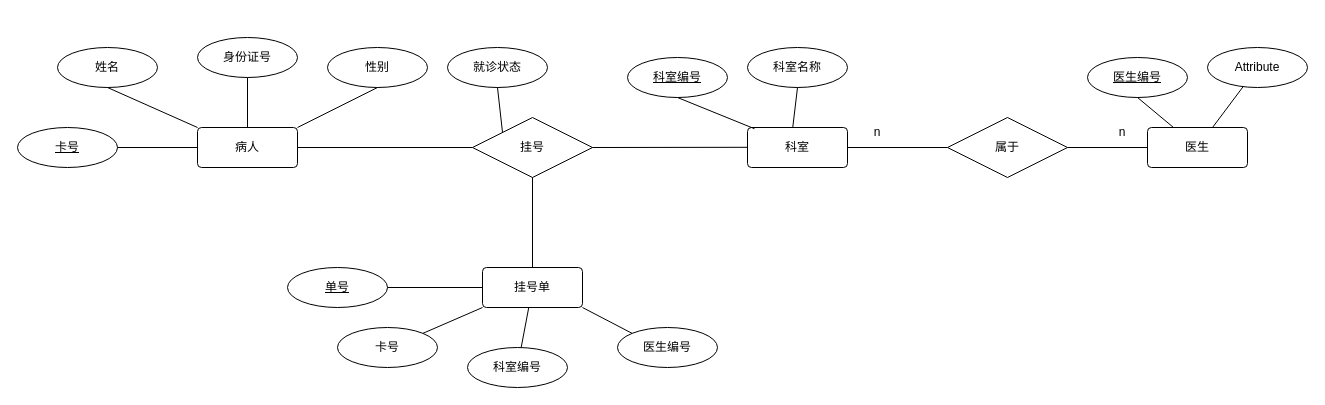
This is Hospital.drawio from MyUniverse0726/Diagram, a draw.io file, before an edit. Source tidied: cells renumbered, new cells numbered last; positions are measured from the earlier drawing's top-left corner, leaving out a move shared by most shapes. Both pictures are drawn from the tidied source at 100%, with x=0, y=0 at pixel (17, 37).
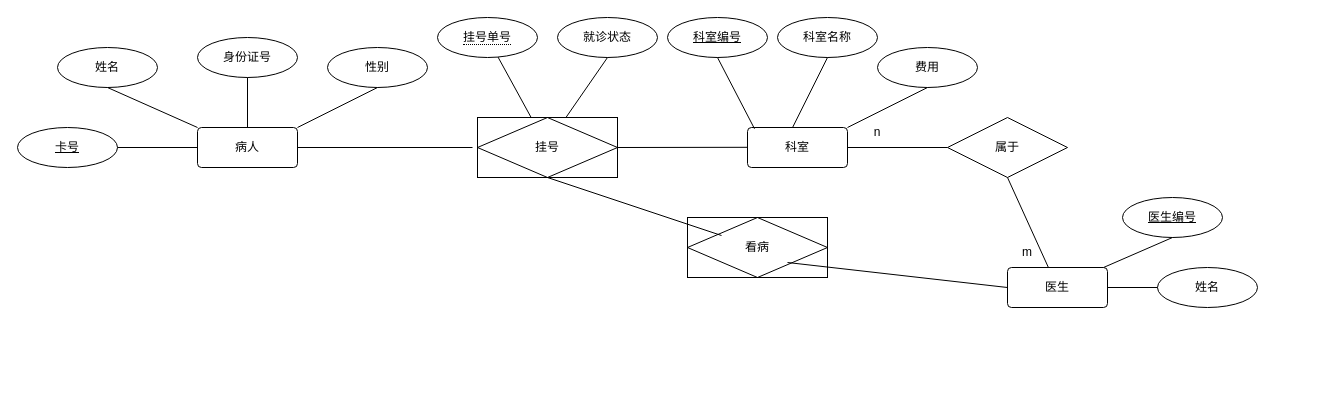
Above is the later version.

Unchanged cells that the change refers to:
```xml
<mxCell id="4" value="病人" style="rounded=1;arcSize=10;whiteSpace=wrap;html=1;align=center;" parent="1" vertex="1">
  <mxGeometry x="180" y="90" width="100" height="40" as="geometry" />
</mxCell>
<mxCell id="5" value="科室" style="rounded=1;arcSize=10;whiteSpace=wrap;html=1;align=center;" parent="1" vertex="1">
  <mxGeometry x="730" y="90" width="100" height="40" as="geometry" />
</mxCell>
<mxCell id="34" value="属于" style="shape=rhombus;perimeter=rhombusPerimeter;whiteSpace=wrap;html=1;align=center;dashed=0;labelBackgroundColor=#ffffff;strokeWidth=1;fillColor=none;" parent="1" vertex="1">
  <mxGeometry x="930" y="80" width="120" height="60" as="geometry" />
</mxCell>
```

The edit, as a diff of the source:
```diff
@@
-    <mxCell id="2" style="edgeStyle=none;rounded=0;jettySize=auto;html=1;exitX=1;exitY=0.5;exitDx=0;exitDy=0;entryX=0;entryY=0.5;entryDx=0;entryDy=0;endArrow=none;" parent="1" edge="1" source="4" target="6">
-      <mxGeometry relative="1" as="geometry" />
+    <mxCell id="2" style="edgeStyle=none;rounded=0;jettySize=auto;html=1;exitX=1;exitY=0.5;exitDx=0;exitDy=0;entryX=0;entryY=0.5;entryDx=0;entryDy=0;endArrow=none;" parent="1" edge="1" source="4">
+      <mxGeometry relative="1" as="geometry">
+        <mxPoint x="455" y="110" as="targetPoint" />
+      </mxGeometry>
     </mxCell>
@@
-    <mxCell id="6" value="挂号" style="shape=rhombus;perimeter=rhombusPerimeter;whiteSpace=wrap;html=1;align=center;" parent="1" vertex="1">
-      <mxGeometry x="455" y="80" width="120" height="60" as="geometry" />
-    </mxCell>
@@
     <mxCell id="16" value="科室编号" style="ellipse;whiteSpace=wrap;html=1;align=center;fontStyle=4;dashed=0;labelBackgroundColor=#ffffff;strokeWidth=1;fillColor=none;" parent="1" vertex="1">
-      <mxGeometry x="610" y="20" width="100" height="40" as="geometry" />
+      <mxGeometry x="650" y="-20" width="100" height="40" as="geometry" />
     </mxCell>
@@
     <mxCell id="18" value="科室名称" style="ellipse;whiteSpace=wrap;html=1;align=center;dashed=0;labelBackgroundColor=#ffffff;strokeWidth=1;fillColor=none;" parent="1" vertex="1">
-      <mxGeometry x="730" y="10" width="100" height="40" as="geometry" />
+      <mxGeometry x="760" y="-20" width="100" height="40" as="geometry" />
     </mxCell>
-    <mxCell id="19" style="edgeStyle=none;rounded=0;jettySize=auto;html=1;endArrow=none;" parent="1" edge="1" source="20" target="6">
-      <mxGeometry relative="1" as="geometry" />
-    </mxCell>
-    <mxCell id="20" value="挂号单" style="rounded=1;arcSize=10;whiteSpace=wrap;html=1;align=center;dashed=0;labelBackgroundColor=#ffffff;strokeWidth=1;fillColor=none;" parent="1" vertex="1">
-      <mxGeometry x="465" y="230" width="100" height="40" as="geometry" />
-    </mxCell>
-    <mxCell id="21" style="edgeStyle=none;rounded=0;jettySize=auto;html=1;endArrow=none;" parent="1" edge="1" source="22" target="20">
-      <mxGeometry relative="1" as="geometry" />
-    </mxCell>
-    <mxCell id="22" value="单号" style="ellipse;whiteSpace=wrap;html=1;align=center;fontStyle=4;dashed=0;labelBackgroundColor=#ffffff;strokeWidth=1;fillColor=none;" parent="1" vertex="1">
-      <mxGeometry x="270" y="230" width="100" height="40" as="geometry" />
-    </mxCell>
-    <mxCell id="23" style="edgeStyle=none;rounded=0;jettySize=auto;html=1;exitX=1;exitY=0;exitDx=0;exitDy=0;entryX=0;entryY=1;entryDx=0;entryDy=0;endArrow=none;" parent="1" edge="1" source="24" target="20">
-      <mxGeometry relative="1" as="geometry" />
-    </mxCell>
-    <mxCell id="24" value="卡号" style="ellipse;whiteSpace=wrap;html=1;align=center;dashed=0;labelBackgroundColor=#ffffff;strokeWidth=1;fillColor=none;" parent="1" vertex="1">
-      <mxGeometry x="320" y="290" width="100" height="40" as="geometry" />
-    </mxCell>
-    <mxCell id="25" style="edgeStyle=none;rounded=0;jettySize=auto;html=1;endArrow=none;" parent="1" edge="1" source="26" target="20">
-      <mxGeometry relative="1" as="geometry" />
-    </mxCell>
-    <mxCell id="26" value="科室编号" style="ellipse;whiteSpace=wrap;html=1;align=center;dashed=0;labelBackgroundColor=#ffffff;strokeWidth=1;fillColor=none;" parent="1" vertex="1">
-      <mxGeometry x="450" y="310" width="100" height="40" as="geometry" />
-    </mxCell>
     <mxCell id="27" value="医生" style="rounded=1;arcSize=10;whiteSpace=wrap;html=1;align=center;dashed=0;labelBackgroundColor=#ffffff;strokeWidth=1;fillColor=none;" parent="1" vertex="1">
-      <mxGeometry x="1130" y="90" width="100" height="40" as="geometry" />
+      <mxGeometry x="990" y="230" width="100" height="40" as="geometry" />
     </mxCell>
@@
     <mxCell id="29" value="医生编号" style="ellipse;whiteSpace=wrap;html=1;align=center;fontStyle=4;dashed=0;labelBackgroundColor=#ffffff;strokeWidth=1;fillColor=none;" parent="1" vertex="1">
-      <mxGeometry x="1070" y="20" width="100" height="40" as="geometry" />
+      <mxGeometry x="1105" y="160" width="100" height="40" as="geometry" />
     </mxCell>
@@
-    <mxCell id="31" value="Attribute" style="ellipse;whiteSpace=wrap;html=1;align=center;dashed=0;labelBackgroundColor=#ffffff;strokeWidth=1;fillColor=none;" parent="1" vertex="1">
-      <mxGeometry x="1190" y="10" width="100" height="40" as="geometry" />
+    <mxCell id="31" value="姓名" style="ellipse;whiteSpace=wrap;html=1;align=center;dashed=0;labelBackgroundColor=#ffffff;strokeWidth=1;fillColor=none;" parent="1" vertex="1">
+      <mxGeometry x="1140" y="230" width="100" height="40" as="geometry" />
     </mxCell>
@@
-    <mxCell id="33" style="edgeStyle=none;rounded=0;jettySize=auto;html=1;endArrow=none;" parent="1" edge="1" source="34" target="27">
+    <mxCell id="33" style="edgeStyle=none;rounded=0;jettySize=auto;html=1;endArrow=none;exitX=0.5;exitY=1;exitDx=0;exitDy=0;" parent="1" edge="1" source="34" target="27">
       <mxGeometry relative="1" as="geometry" />
     </mxCell>
@@
-    <mxCell id="36" value="n" style="text;html=1;strokeColor=none;fillColor=none;align=center;verticalAlign=middle;whiteSpace=wrap;rounded=0;dashed=0;labelBackgroundColor=#ffffff;" parent="1" vertex="1">
-      <mxGeometry x="1075" y="80" width="60" height="30" as="geometry" />
+    <mxCell id="36" value="m" style="text;html=1;strokeColor=none;fillColor=none;align=center;verticalAlign=middle;whiteSpace=wrap;rounded=0;dashed=0;labelBackgroundColor=#ffffff;" parent="1" vertex="1">
+      <mxGeometry x="980" y="200" width="60" height="30" as="geometry" />
     </mxCell>
-    <mxCell id="37" style="edgeStyle=none;rounded=0;jettySize=auto;html=1;exitX=0.5;exitY=1;exitDx=0;exitDy=0;entryX=0;entryY=0;entryDx=0;entryDy=0;endArrow=none;" parent="1" edge="1" source="38" target="6">
+    <mxCell id="37" style="edgeStyle=none;rounded=0;jettySize=auto;html=1;exitX=0.5;exitY=1;exitDx=0;exitDy=0;entryX=0.63;entryY=0.006;entryDx=0;entryDy=0;entryPerimeter=0;endArrow=none;" parent="1" edge="1" source="38" target="6">
       <mxGeometry relative="1" as="geometry" />
     </mxCell>
     <mxCell id="38" value="就诊状态" style="ellipse;whiteSpace=wrap;html=1;align=center;dashed=0;labelBackgroundColor=#ffffff;strokeWidth=1;fillColor=none;" parent="1" vertex="1">
-      <mxGeometry x="430" y="10" width="100" height="40" as="geometry" />
+      <mxGeometry x="540" y="-20" width="100" height="40" as="geometry" />
     </mxCell>
-    <mxCell id="39" style="edgeStyle=none;rounded=0;jettySize=auto;html=1;exitX=0;exitY=0;exitDx=0;exitDy=0;entryX=1;entryY=1;entryDx=0;entryDy=0;endArrow=none;" parent="1" edge="1" source="40" target="20">
-      <mxGeometry relative="1" as="geometry" />
-    </mxCell>
-    <mxCell id="40" value="医生编号" style="ellipse;whiteSpace=wrap;html=1;align=center;dashed=0;labelBackgroundColor=#ffffff;strokeWidth=1;fillColor=none;" parent="1" vertex="1">
-      <mxGeometry x="600" y="290" width="100" height="40" as="geometry" />
-    </mxCell>
+    <mxCell id="41" style="edgeStyle=none;rounded=0;jettySize=auto;html=1;exitX=0.5;exitY=1;exitDx=0;exitDy=0;endArrow=none;" parent="1" edge="1" source="6">
+      <mxGeometry relative="1" as="geometry">
+        <mxPoint x="704" y="198" as="targetPoint" />
+      </mxGeometry>
+    </mxCell>
+    <mxCell id="6" value="挂号" style="shape=associativeEntity;whiteSpace=wrap;html=1;align=center;dashed=0;labelBackgroundColor=#ffffff;strokeWidth=1;fillColor=none;" parent="1" vertex="1">
+      <mxGeometry x="460" y="80" width="140" height="60" as="geometry" />
+    </mxCell>
+    <mxCell id="42" style="edgeStyle=none;rounded=0;jettySize=auto;html=1;endArrow=none;" parent="1" edge="1" source="43" target="6">
+      <mxGeometry relative="1" as="geometry" />
+    </mxCell>
+    <mxCell id="43" value="&lt;span style=&quot;border-bottom: 1px dotted&quot;&gt;挂号单号&lt;/span&gt;" style="ellipse;whiteSpace=wrap;html=1;align=center;dashed=0;labelBackgroundColor=#ffffff;strokeWidth=1;fillColor=none;" parent="1" vertex="1">
+      <mxGeometry x="420" y="-20" width="100" height="40" as="geometry" />
+    </mxCell>
+    <mxCell id="44" style="edgeStyle=none;rounded=0;jettySize=auto;html=1;exitX=0.5;exitY=1;exitDx=0;exitDy=0;entryX=1;entryY=0;entryDx=0;entryDy=0;endArrow=none;" parent="1" edge="1" source="45" target="5">
+      <mxGeometry relative="1" as="geometry" />
+    </mxCell>
+    <mxCell id="45" value="费用" style="ellipse;whiteSpace=wrap;html=1;align=center;dashed=0;labelBackgroundColor=#ffffff;strokeWidth=1;fillColor=none;" parent="1" vertex="1">
+      <mxGeometry x="860" y="10" width="100" height="40" as="geometry" />
+    </mxCell>
+    <mxCell id="46" style="edgeStyle=none;rounded=0;jettySize=auto;html=1;exitX=1;exitY=1;exitDx=0;exitDy=0;entryX=0;entryY=0.5;entryDx=0;entryDy=0;endArrow=none;" parent="1" edge="1" target="27">
+      <mxGeometry relative="1" as="geometry">
+        <mxPoint x="770" y="225" as="sourcePoint" />
+      </mxGeometry>
+    </mxCell>
+    <mxCell id="47" value="看病" style="shape=associativeEntity;whiteSpace=wrap;html=1;align=center;dashed=0;labelBackgroundColor=#ffffff;strokeWidth=1;fillColor=none;" parent="1" vertex="1">
+      <mxGeometry x="670" y="180" width="140" height="60" as="geometry" />
+    </mxCell>
```
